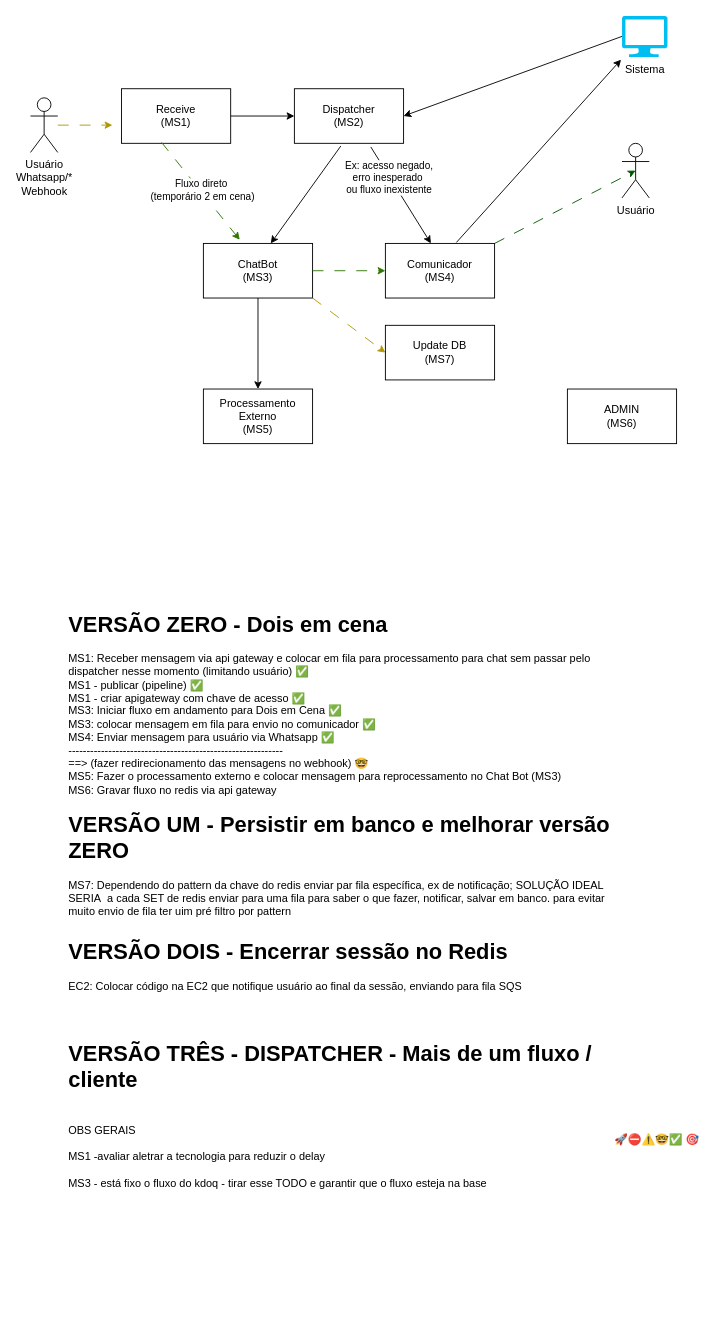
LeoKvra/zappa-docs keeps this draw.io diagram as fluxo-geral.drawio. Above is the earlier version. Source tidied: cells renumbered, new cells numbered last; positions are measured from the earlier drawing's top-left corner, leaving out a move shared by most shapes. Both pictures are drawn from the tidied source at 91%, with x=0, y=0 at pixel (30, 15).
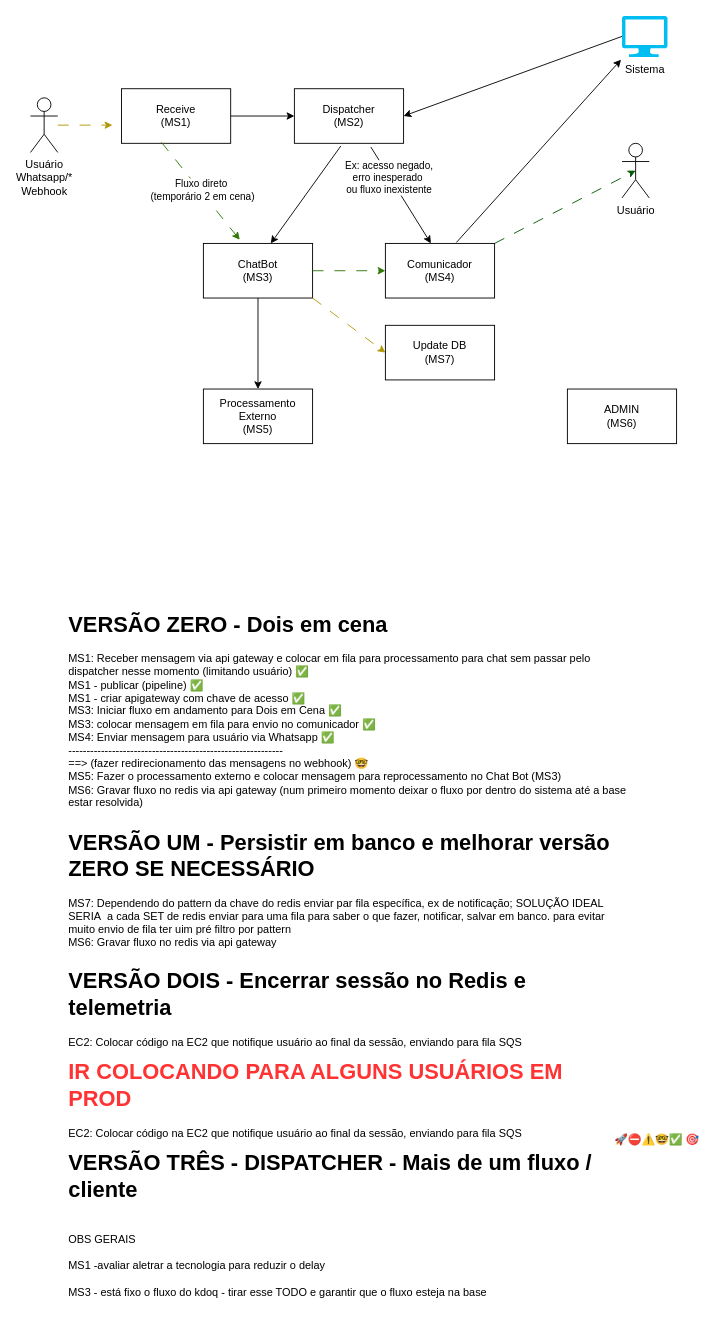
After the change.

Diff of the diagram source:
```diff
@@
-    <mxCell id="22" value="&lt;h1 style=&quot;margin-top: 0px;&quot;&gt;VERSÃO ZERO - Dois em cena&lt;/h1&gt;&lt;div&gt;MS1: Receber mensagem via api gateway e colocar em fila para processamento para chat sem passar pelo dispatcher nesse momento (limitando usuário)&amp;nbsp;&lt;span style=&quot;background-color: initial;&quot;&gt;✅&lt;br&gt;&lt;/span&gt;&lt;span style=&quot;background-color: initial;&quot;&gt;MS1 - publicar (pipeline)&amp;nbsp;&lt;/span&gt;✅&lt;span style=&quot;background-color: initial;&quot;&gt;&lt;br&gt;MS1 - criar apigateway com chave de acesso&lt;/span&gt;&amp;nbsp;✅&lt;br&gt;&lt;span style=&quot;background-color: initial;&quot;&gt;MS3: Iniciar fluxo em andamento para Dois em Cena&amp;nbsp;&lt;/span&gt;✅&lt;span style=&quot;background-color: initial;&quot;&gt;&lt;br&gt;&lt;/span&gt;&lt;div&gt;&lt;span style=&quot;background-color: initial;&quot;&gt;MS3: colocar mensagem em fila para envio no comunicador&amp;nbsp;&lt;/span&gt;✅&lt;span style=&quot;background-color: initial;&quot;&gt;&lt;br&gt;&lt;/span&gt;MS4: Enviar mensagem para usuário via Whatsapp&amp;nbsp;&lt;span style=&quot;background-color: initial;&quot;&gt;✅&lt;/span&gt;&lt;/div&gt;-----------------------------------------------------------&lt;br&gt;&lt;span style=&quot;background-color: initial;&quot;&gt;==&amp;gt; (fazer redirecionamento das mensagens no webhook) 🤓&lt;/span&gt;&lt;br&gt;&lt;/div&gt;&lt;div&gt;MS5: Fazer o processamento externo e colocar mensagem para reprocessamento no Chat Bot (MS3)&lt;br&gt;MS6: Gravar fluxo no redis via api gateway&lt;br&gt;&lt;br&gt;&lt;br&gt;&lt;/div&gt;" style="text;html=1;whiteSpace=wrap;overflow=hidden;rounded=0;" parent="1" vertex="1">
-      <mxGeometry x="40" y="648" width="620" height="212" as="geometry" />
+    <mxCell id="22" value="&lt;h1 style=&quot;margin-top: 0px;&quot;&gt;VERSÃO ZERO - Dois em cena&lt;/h1&gt;&lt;div&gt;MS1: Receber mensagem via api gateway e colocar em fila para processamento para chat sem passar pelo dispatcher nesse momento (limitando usuário)&amp;nbsp;&lt;span style=&quot;background-color: initial;&quot;&gt;✅&lt;br&gt;&lt;/span&gt;&lt;span style=&quot;background-color: initial;&quot;&gt;MS1 - publicar (pipeline)&amp;nbsp;&lt;/span&gt;✅&lt;span style=&quot;background-color: initial;&quot;&gt;&lt;br&gt;MS1 - criar apigateway com chave de acesso&lt;/span&gt;&amp;nbsp;✅&lt;br&gt;&lt;span style=&quot;background-color: initial;&quot;&gt;MS3: Iniciar fluxo em andamento para Dois em Cena&amp;nbsp;&lt;/span&gt;✅&lt;span style=&quot;background-color: initial;&quot;&gt;&lt;br&gt;&lt;/span&gt;&lt;div&gt;&lt;span style=&quot;background-color: initial;&quot;&gt;MS3: colocar mensagem em fila para envio no comunicador&amp;nbsp;&lt;/span&gt;✅&lt;span style=&quot;background-color: initial;&quot;&gt;&lt;br&gt;&lt;/span&gt;MS4: Enviar mensagem para usuário via Whatsapp&amp;nbsp;&lt;span style=&quot;background-color: initial;&quot;&gt;✅&lt;/span&gt;&lt;/div&gt;-----------------------------------------------------------&lt;br&gt;&lt;span style=&quot;background-color: initial;&quot;&gt;==&amp;gt; (fazer redirecionamento das mensagens no webhook) 🤓&lt;/span&gt;&lt;br&gt;&lt;/div&gt;&lt;div&gt;MS5: Fazer o processamento externo e colocar mensagem para reprocessamento no Chat Bot (MS3)&lt;br&gt;MS6: Gravar fluxo no redis via api gateway (num primeiro momento deixar o fluxo por dentro do sistema até a base estar resolvida)&lt;br&gt;&lt;br&gt;&lt;br&gt;&lt;/div&gt;" style="text;html=1;whiteSpace=wrap;overflow=hidden;rounded=0;" parent="1" vertex="1">
+      <mxGeometry x="40" y="648" width="620" height="222" as="geometry" />
     </mxCell>
@@
     <mxCell id="24" value="&lt;h1 style=&quot;margin-top: 0px;&quot;&gt;VERSÃO TRÊS - DISPATCHER - Mais de um fluxo / cliente&lt;/h1&gt;&lt;div&gt;&lt;br&gt;&lt;/div&gt;" style="text;html=1;whiteSpace=wrap;overflow=hidden;rounded=0;" parent="1" vertex="1">
-      <mxGeometry x="40" y="1120" width="620" height="80" as="geometry" />
+      <mxGeometry x="40" y="1240" width="620" height="80" as="geometry" />
     </mxCell>
@@
     <mxCell id="26" value="&lt;h1 style=&quot;margin-top: 0px;&quot;&gt;&lt;span style=&quot;background-color: initial; font-size: 12px; font-weight: normal;&quot;&gt;OBS GERAIS&lt;br&gt;MS1 -avaliar aletrar a tecnologia para reduzir&amp;nbsp;o delay&lt;br&gt;&lt;/span&gt;&lt;font style=&quot;font-size: 12px; font-weight: normal;&quot;&gt;MS3 - está fixo o fluxo do kdoq - tirar esse TODO e garantir que o fluxo esteja na base&amp;nbsp;&lt;/font&gt;&lt;/h1&gt;" style="text;html=1;whiteSpace=wrap;overflow=hidden;rounded=0;" parent="1" vertex="1">
-      <mxGeometry x="40" y="1200" width="500" height="110" as="geometry" />
+      <mxGeometry x="40" y="1320" width="500" height="110" as="geometry" />
     </mxCell>
@@
-    <mxCell id="29" value="&lt;h1 style=&quot;margin-top: 0px;&quot;&gt;VERSÃO UM - Persistir em banco e melhorar versão ZERO&lt;/h1&gt;&lt;div&gt;MS7: Dependendo do pattern da chave do redis enviar par fila específica, ex de notificação; SOLUÇÃO IDEAL SERIA&amp;nbsp; a cada SET de redis enviar para uma fila para saber o que fazer, notificar, salvar em banco. para evitar muito envio de fila ter uim pré filtro por pattern&lt;/div&gt;" style="text;html=1;whiteSpace=wrap;overflow=hidden;rounded=0;" parent="1" vertex="1">
-      <mxGeometry x="40" y="868" width="620" height="122" as="geometry" />
+    <mxCell id="29" value="&lt;h1 style=&quot;margin-top: 0px;&quot;&gt;VERSÃO UM - Persistir em banco e melhorar versão ZERO SE NECESSÁRIO&lt;/h1&gt;&lt;div&gt;MS7: Dependendo do pattern da chave do redis enviar par fila específica, ex de notificação; SOLUÇÃO IDEAL SERIA&amp;nbsp; a cada SET de redis enviar para uma fila para saber o que fazer, notificar, salvar em banco. para evitar muito envio de fila ter uim pré filtro por pattern&lt;br&gt;MS6: Gravar fluxo no redis via api gateway&lt;br&gt;&lt;/div&gt;" style="text;html=1;whiteSpace=wrap;overflow=hidden;rounded=0;" parent="1" vertex="1">
+      <mxGeometry x="40" y="888" width="620" height="142" as="geometry" />
     </mxCell>
-    <mxCell id="30" value="&lt;h1 style=&quot;margin-top: 0px;&quot;&gt;VERSÃO DOIS - Encerrar sessão no Redis&lt;/h1&gt;&lt;div&gt;EC2: Colocar código na EC2 que notifique usuário ao final da sessão, enviando para fila SQS&lt;/div&gt;" style="text;html=1;whiteSpace=wrap;overflow=hidden;rounded=0;" parent="1" vertex="1">
-      <mxGeometry x="40" y="1008" width="620" height="102" as="geometry" />
+    <mxCell id="30" value="&lt;h1 style=&quot;margin-top: 0px;&quot;&gt;VERSÃO DOIS - Encerrar sessão no Redis e telemetria&lt;/h1&gt;&lt;div&gt;EC2: Colocar código na EC2 que notifique usuário ao final da sessão, enviando para fila SQS&lt;/div&gt;" style="text;html=1;whiteSpace=wrap;overflow=hidden;rounded=0;" parent="1" vertex="1">
+      <mxGeometry x="40" y="1040" width="620" height="102" as="geometry" />
     </mxCell>
+    <mxCell id="31" value="&lt;h1 style=&quot;margin-top: 0px;&quot;&gt;&lt;font color=&quot;#ff3333&quot;&gt;IR COLOCANDO PARA ALGUNS USUÁRIOS EM PROD&lt;/font&gt;&lt;/h1&gt;&lt;div&gt;EC2: Colocar código na EC2 que notifique usuário ao final da sessão, enviando para fila SQS&lt;/div&gt;" style="text;html=1;whiteSpace=wrap;overflow=hidden;rounded=0;" parent="1" vertex="1">
+      <mxGeometry x="40" y="1140" width="620" height="102" as="geometry" />
+    </mxCell>
```
